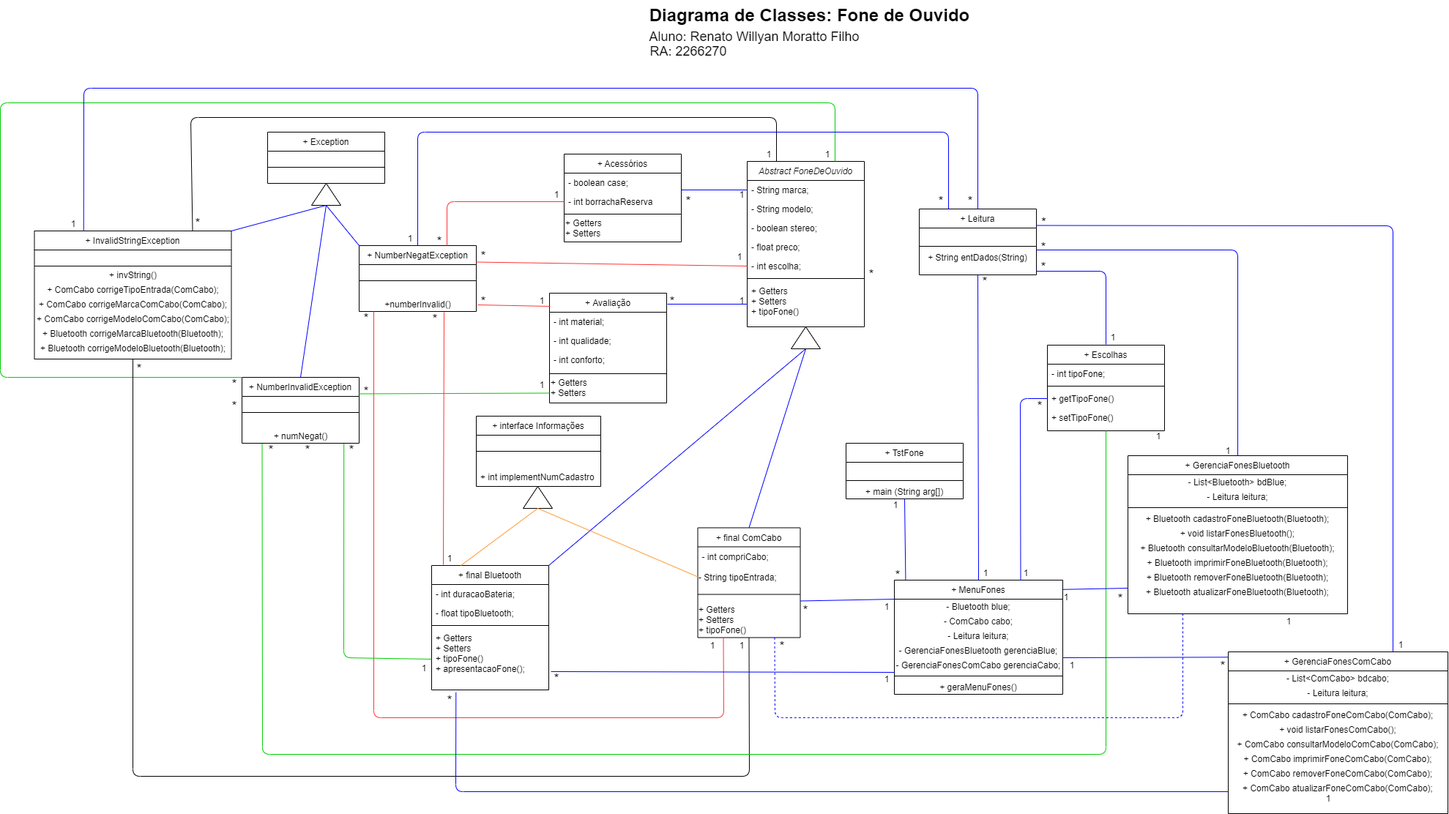
Before: Diagrama de Classes - Fone de Ouvido.png, a diagram exported from draw.io (RenatoMoratto/fone-de-ouvido-java). Source tidied: cells renumbered, new cells last; positions are measured from the earlier drawing's top-left corner, leaving out a move shared by most shapes.
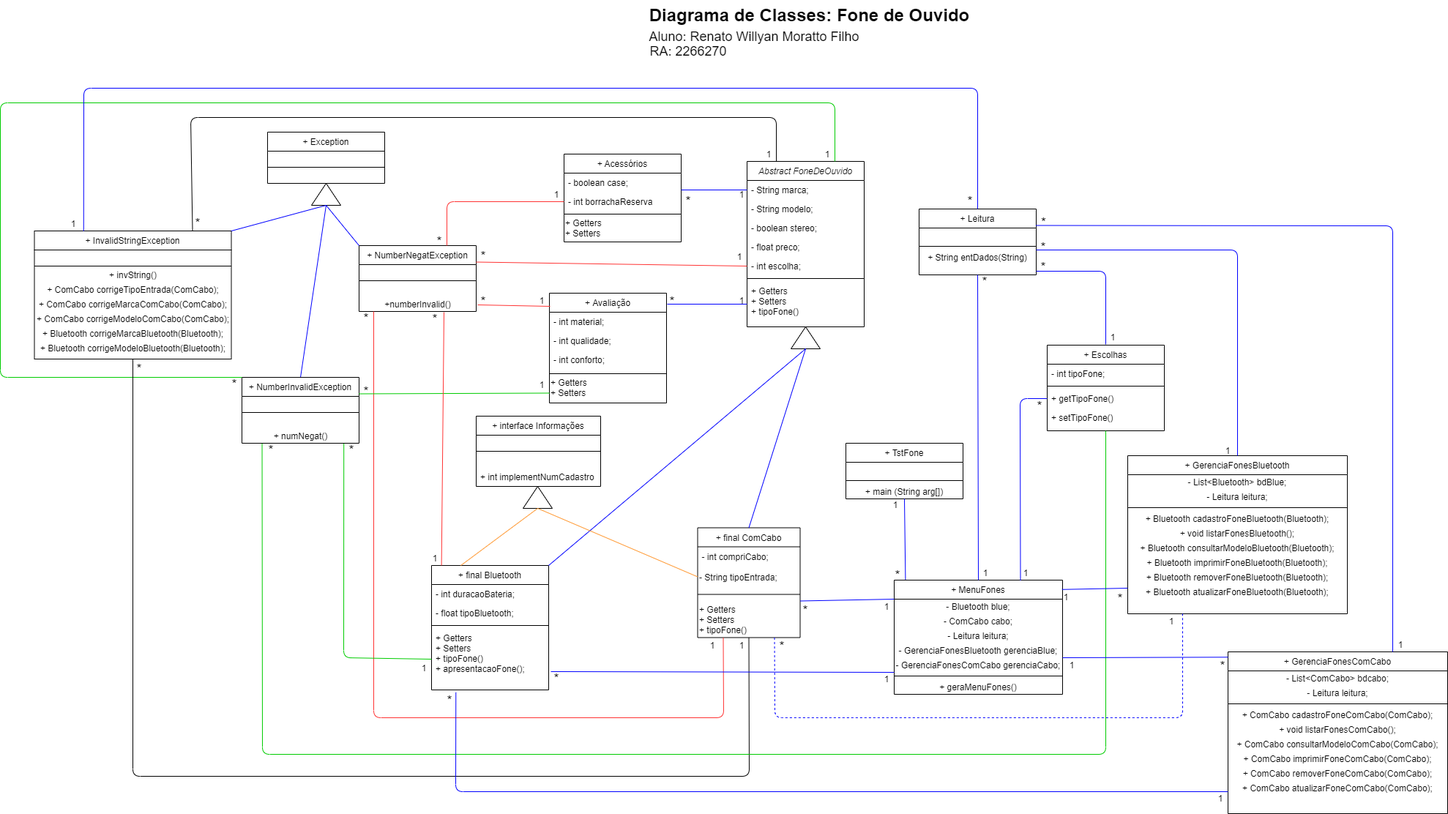
After the change.

Commit message:
Remove Leitura from 2 exceptions and updated the Diagrama de classes

Change to the diagram source:
```diff
@@ -98,9 +98,6 @@
     <mxCell id="33" value="*" style="text;html=1;strokeColor=none;fillColor=none;align=center;verticalAlign=middle;whiteSpace=wrap;fontSize=18;" parent="1" vertex="1">
       <mxGeometry x="1090" y="829" width="20" height="9" as="geometry" />
     </mxCell>
-    <mxCell id="34" value="*" style="text;html=1;strokeColor=none;fillColor=none;align=center;verticalAlign=middle;whiteSpace=wrap;fontSize=18;" parent="1" vertex="1">
-      <mxGeometry x="1180" y="365" width="20" height="20" as="geometry" />
-    </mxCell>
     <mxCell id="35" value="*" style="text;html=1;strokeColor=none;fillColor=none;align=center;verticalAlign=middle;whiteSpace=wrap;fontSize=18;" parent="1" vertex="1">
       <mxGeometry x="755" y="922" width="10" height="10" as="geometry" />
     </mxCell>
@@ -202,15 +199,9 @@
     <mxCell id="66" value="1" style="text;html=1;strokeColor=none;fillColor=none;align=center;verticalAlign=middle;whiteSpace=wrap;" parent="1" vertex="1">
       <mxGeometry x="962.5" y="870.5" width="20" height="20" as="geometry" />
     </mxCell>
-    <mxCell id="67" style="endArrow=none;html=1;fontSize=18;strokeColor=#FF3333;entryX=0.1;entryY=-0.006;entryDx=0;entryDy=0;entryPerimeter=0;exitX=0.725;exitY=1.05;exitDx=0;exitDy=0;exitPerimeter=0;" parent="1" edge="1" source="59" target="10">
-      <mxGeometry relative="1" as="geometry" />
-    </mxCell>
     <mxCell id="68" value="*" style="text;html=1;strokeColor=none;fillColor=none;align=center;verticalAlign=middle;whiteSpace=wrap;fontSize=18;" parent="1" vertex="1">
       <mxGeometry x="490" y="425" width="20" height="20" as="geometry" />
     </mxCell>
-    <mxCell id="69" value="1" style="text;html=1;strokeColor=none;fillColor=none;align=center;verticalAlign=middle;whiteSpace=wrap;" parent="1" vertex="1">
-      <mxGeometry x="604" y="752" width="20" height="20" as="geometry" />
-    </mxCell>
     <mxCell id="70" style="endArrow=none;html=1;fontSize=18;exitX=0.75;exitY=0;exitDx=0;exitDy=0;strokeColor=#FF3333;entryX=0;entryY=0.5;entryDx=0;entryDy=0;" parent="1" edge="1" source="57" target="22">
       <mxGeometry relative="1" as="geometry">
         <Array as="points">
@@ -281,12 +272,6 @@
     <mxCell id="87" value="1" style="text;html=1;strokeColor=none;fillColor=none;align=center;verticalAlign=middle;whiteSpace=wrap;" parent="1" vertex="1">
       <mxGeometry x="750" y="255" width="20" height="20" as="geometry" />
     </mxCell>
-    <mxCell id="88" value="*" style="text;html=1;strokeColor=none;fillColor=none;align=center;verticalAlign=middle;whiteSpace=wrap;fontSize=18;" parent="1" vertex="1">
-      <mxGeometry x="410" y="605" width="20" height="20" as="geometry" />
-    </mxCell>
-    <mxCell id="89" value="*" style="text;html=1;strokeColor=none;fillColor=none;align=center;verticalAlign=middle;whiteSpace=wrap;fontSize=18;" parent="1" vertex="1">
-      <mxGeometry x="310" y="545" width="20" height="20" as="geometry" />
-    </mxCell>
     <mxCell id="90" style="endArrow=none;html=1;fontSize=18;entryX=0;entryY=0.5;entryDx=0;entryDy=0;strokeColor=#0000FF;" parent="1" edge="1" target="9">
       <mxGeometry relative="1" as="geometry">
         <mxPoint x="911" y="415" as="sourcePoint" />
@@ -407,17 +392,6 @@
     <mxCell id="122" value="*" style="text;html=1;strokeColor=none;fillColor=none;align=center;verticalAlign=middle;whiteSpace=wrap;fontSize=18;" parent="1" vertex="1">
       <mxGeometry x="360" y="605" width="20" height="20" as="geometry" />
     </mxCell>
-    <mxCell id="123" value="1" style="text;html=1;strokeColor=none;fillColor=none;align=center;verticalAlign=middle;whiteSpace=wrap;" parent="1" vertex="1">
-      <mxGeometry x="1572" y="585" width="20" height="20" as="geometry" />
-    </mxCell>
-    <mxCell id="124" style="endArrow=none;html=1;fontSize=18;exitX=0.25;exitY=0;exitDx=0;exitDy=0;strokeColor=#0000FF;entryX=0.5;entryY=0;entryDx=0;entryDy=0;" parent="1" edge="1" source="25" target="57">
-      <mxGeometry relative="1" as="geometry">
-        <Array as="points">
-          <mxPoint x="1295" y="180" />
-          <mxPoint x="570" y="180" />
-        </Array>
-      </mxGeometry>
-    </mxCell>
     <mxCell id="125" style="endArrow=none;html=1;fontSize=18;exitX=0.5;exitY=0;exitDx=0;exitDy=0;strokeColor=#0000FF;entryX=0.25;entryY=0;entryDx=0;entryDy=0;" parent="1" edge="1" source="25" target="91">
       <mxGeometry relative="1" as="geometry">
         <Array as="points">
@@ -429,15 +403,9 @@
     <mxCell id="126" value="*" style="text;html=1;strokeColor=none;fillColor=none;align=center;verticalAlign=middle;whiteSpace=wrap;fontSize=18;" parent="1" vertex="1">
       <mxGeometry x="1315" y="265" width="20" height="20" as="geometry" />
     </mxCell>
-    <mxCell id="127" value="1" style="text;html=1;strokeColor=none;fillColor=none;align=center;verticalAlign=middle;whiteSpace=wrap;" parent="1" vertex="1">
-      <mxGeometry x="550" y="315" width="20" height="20" as="geometry" />
-    </mxCell>
     <mxCell id="128" value="1" style="text;html=1;strokeColor=none;fillColor=none;align=center;verticalAlign=middle;whiteSpace=wrap;" parent="1" vertex="1">
       <mxGeometry x="90" y="295" width="20" height="20" as="geometry" />
     </mxCell>
-    <mxCell id="129" value="*" style="text;html=1;strokeColor=none;fillColor=none;align=center;verticalAlign=middle;whiteSpace=wrap;fontSize=18;" parent="1" vertex="1">
-      <mxGeometry x="1275" y="265" width="20" height="20" as="geometry" />
-    </mxCell>
     <mxCell id="130" value="+ GerenciaFonesBluetooth" style="swimlane;fontStyle=0;align=center;verticalAlign=top;horizontal=1;startSize=26;shadow=0;strokeWidth=1;" parent="1" vertex="1">
       <mxGeometry x="1540" y="622" width="300" height="216" as="geometry" />
     </mxCell>
@@ -598,7 +566,7 @@
       <mxGeometry x="609" y="952" width="10" height="10" as="geometry" />
     </mxCell>
     <mxCell id="179" value="1" style="text;html=1;strokeColor=none;fillColor=none;align=center;verticalAlign=middle;whiteSpace=wrap;" parent="1" vertex="1">
-      <mxGeometry x="1804" y="1080" width="20" height="20" as="geometry" />
+      <mxGeometry x="1657" y="1080" width="20" height="20" as="geometry" />
     </mxCell>
     <mxCell id="180" style="endArrow=none;html=1;fontSize=18;strokeColor=#0000FF;entryX=0.25;entryY=1;entryDx=0;entryDy=0;exitX=0.75;exitY=1;exitDx=0;exitDy=0;rounded=1;dashed=1;" parent="1" edge="1" source="19" target="130">
       <mxGeometry relative="1" as="geometry">
@@ -608,9 +576,6 @@
         </Array>
       </mxGeometry>
     </mxCell>
-    <mxCell id="181" value="1" style="text;html=1;strokeColor=none;fillColor=none;align=center;verticalAlign=middle;whiteSpace=wrap;" parent="1" vertex="1">
-      <mxGeometry x="1750" y="838" width="20" height="20" as="geometry" />
-    </mxCell>
     <mxCell id="182" value="*" style="text;html=1;strokeColor=none;fillColor=none;align=center;verticalAlign=middle;whiteSpace=wrap;fontSize=18;" parent="1" vertex="1">
       <mxGeometry x="1057.5" y="875.5" width="20" height="15" as="geometry" />
     </mxCell>
@@ -636,5 +601,14 @@
     <mxCell id="188" value="*" style="text;html=1;strokeColor=none;fillColor=none;align=center;verticalAlign=middle;whiteSpace=wrap;fontSize=18;" parent="1" vertex="1">
       <mxGeometry x="1420" y="333" width="10" height="10" as="geometry" />
     </mxCell>
+    <mxCell id="67" style="endArrow=none;html=1;fontSize=18;strokeColor=#FF3333;entryX=0.085;entryY=-0.001;entryDx=0;entryDy=0;entryPerimeter=0;exitX=0.725;exitY=1.05;exitDx=0;exitDy=0;exitPerimeter=0;" parent="1" edge="1" source="59" target="10">
+      <mxGeometry relative="1" as="geometry" />
+    </mxCell>
+    <mxCell id="189" value="1" style="text;html=1;strokeColor=none;fillColor=none;align=center;verticalAlign=middle;whiteSpace=wrap;" parent="1" vertex="1">
+      <mxGeometry x="584" y="752" width="20" height="20" as="geometry" />
+    </mxCell>
+    <mxCell id="190" value="1" style="text;html=1;strokeColor=none;fillColor=none;align=center;verticalAlign=middle;whiteSpace=wrap;" parent="1" vertex="1">
+      <mxGeometry x="1590" y="838" width="20" height="20" as="geometry" />
+    </mxCell>
   </root>
 </mxGraphModel>
```
